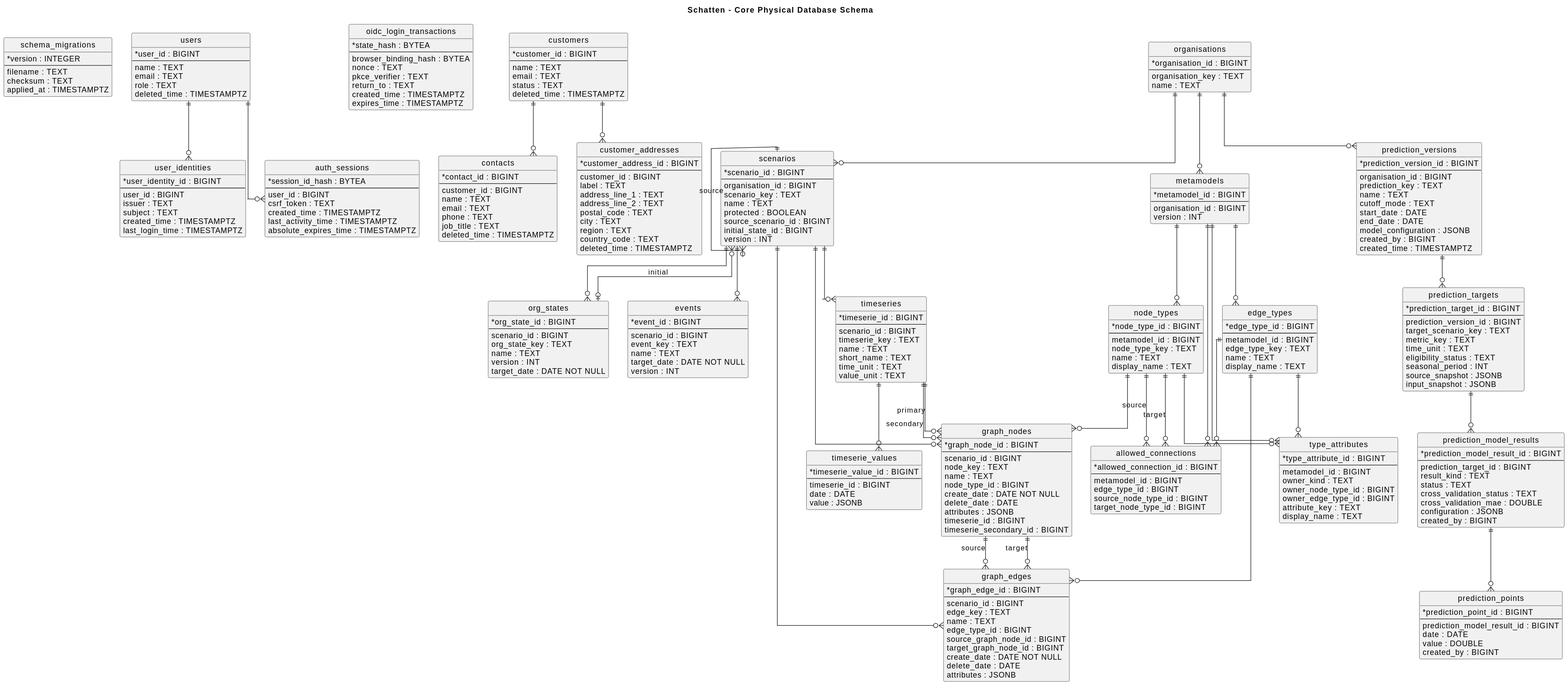
lupaus-eu/shadow keeps this PlantUML diagram as docs/diagrams/generated/db-physical-schema.svg. Above is the earlier version.
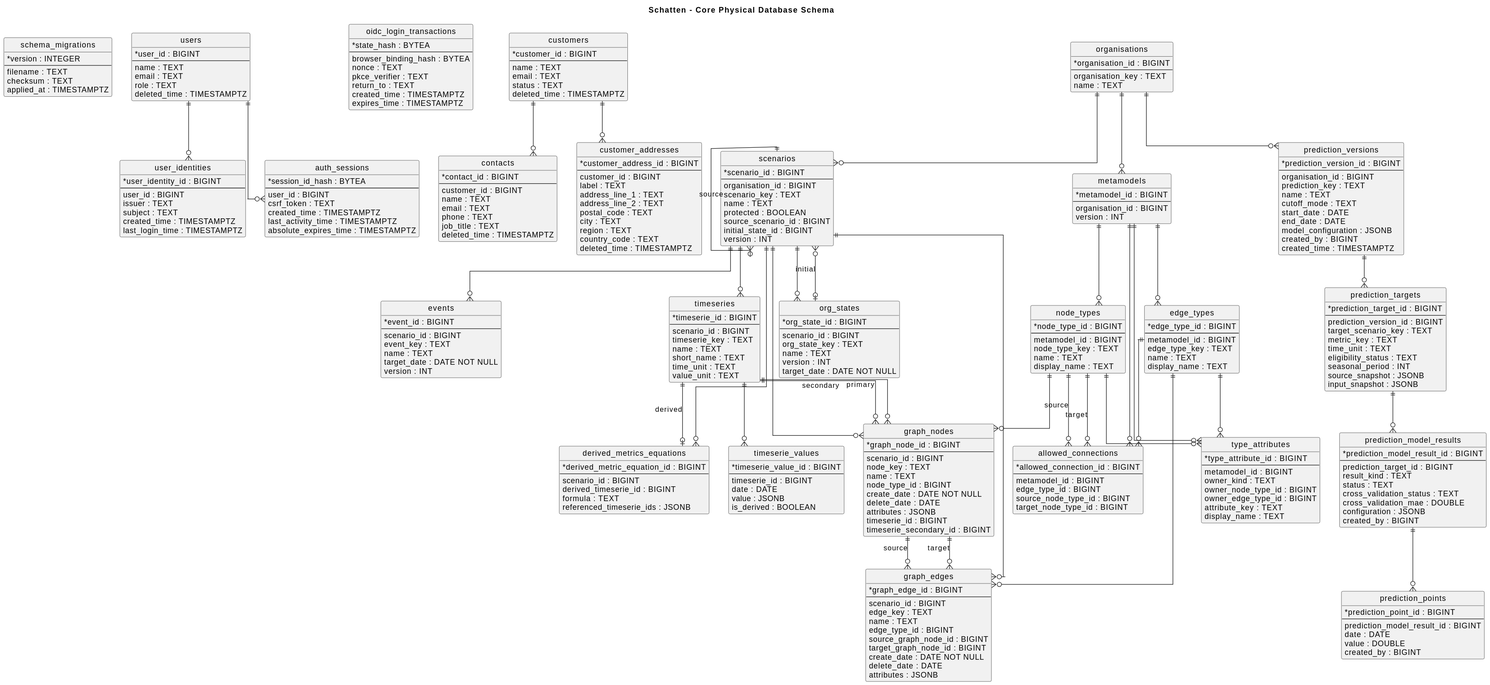
After the commit.

Change to the diagram source:
```diff
@@ -216,6 +216,16 @@
   timeserie_id : BIGINT
   date : DATE
   value : JSONB
+  is_derived : BOOLEAN
+}
+
+entity "derived_metrics_equations" as derived_metrics_equations {
+  * derived_metric_equation_id : BIGINT
+  --
+  scenario_id : BIGINT
+  derived_timeserie_id : BIGINT
+  formula : TEXT
+  referenced_timeserie_ids : JSONB
 }
 
 entity "prediction_versions" as prediction_versions {
@@ -293,6 +303,8 @@
 graph_nodes ||--o{ graph_edges : source
 graph_nodes ||--o{ graph_edges : target
 timeseries ||--o{ timeserie_values
+scenarios ||--o{ derived_metrics_equations
+timeseries ||--o| derived_metrics_equations : derived
 organisations ||--o{ prediction_versions
 prediction_versions ||--o{ prediction_targets
 prediction_targets ||--o{ prediction_model_results
```
